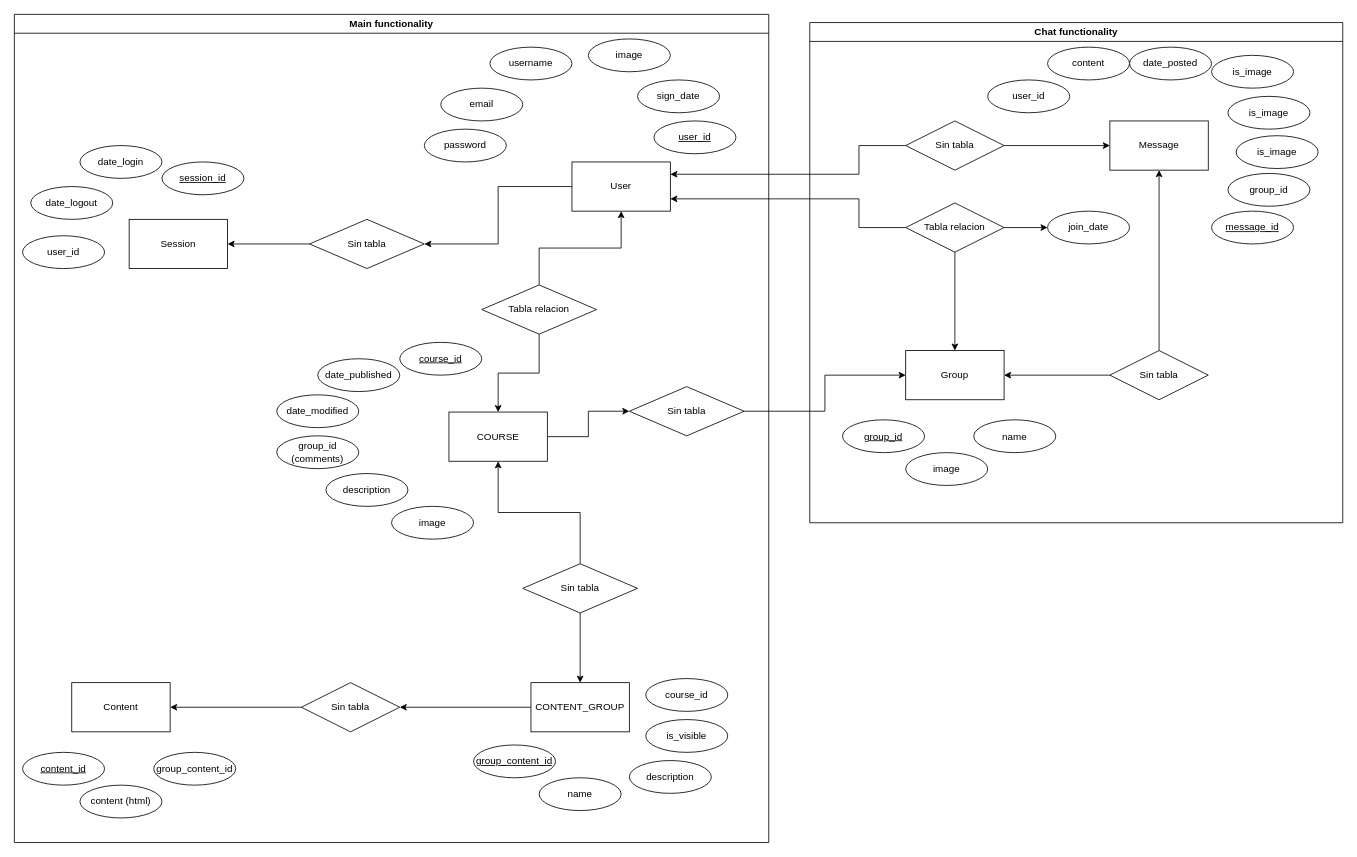
Above: docs/mood-reboot-diagram.drawio in host4ideas/mood-reboot (draw.io), before the change. Source tidied: cells renumbered, new cells numbered last; positions are measured from the earlier drawing's top-left corner, leaving out a move shared by most shapes. Both pictures are drawn from the tidied source at 82%, with x=0, y=0 at pixel (14, 14).
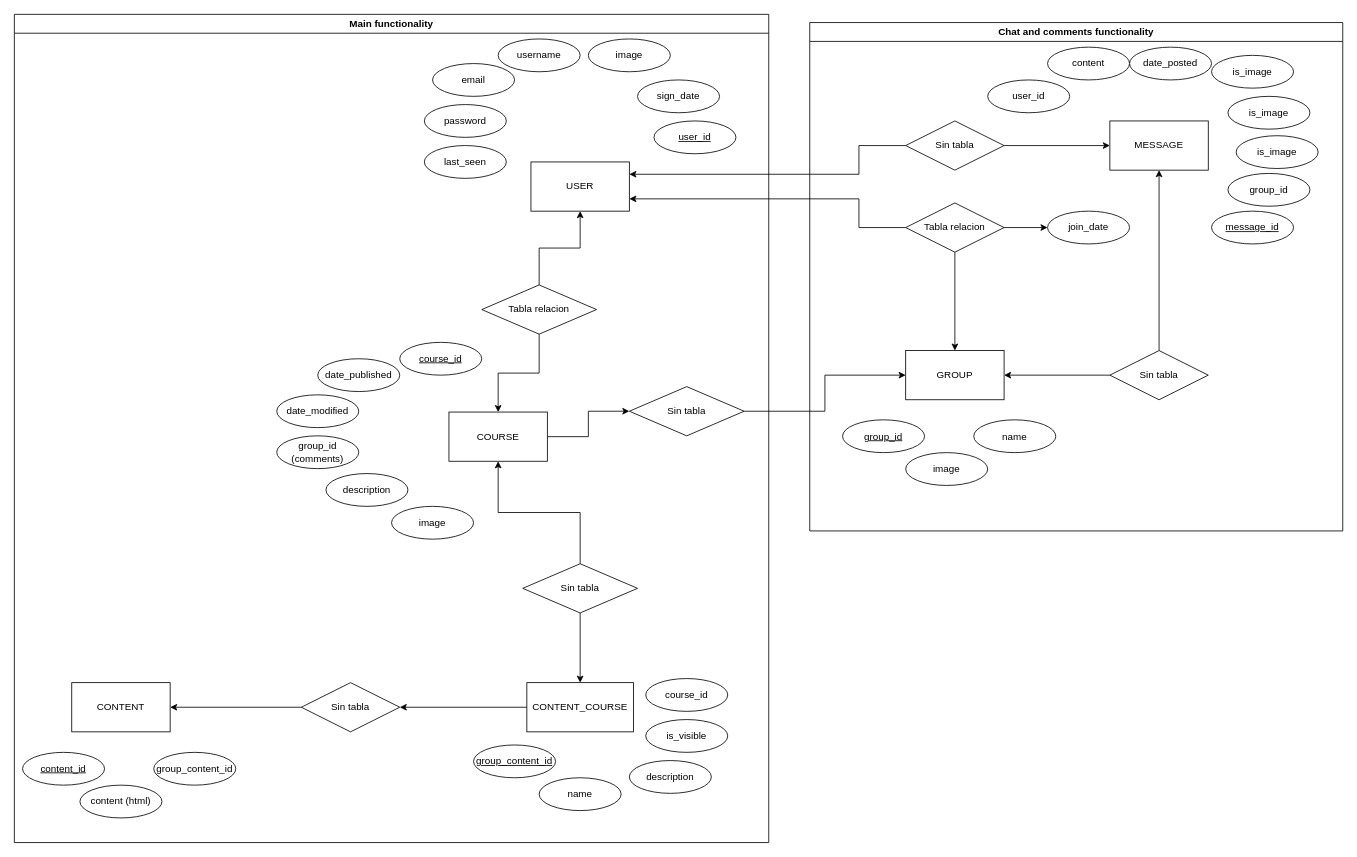
The same diagram, later.

Commit message (it also covers changes not shown here):
removed session table from database

Unchanged cells that the change refers to:
```xml
<mxCell id="25" value="Main functionality" style="swimlane;whiteSpace=wrap;html=1;" parent="1" vertex="1">
  <mxGeometry width="920" height="1010" as="geometry" />
</mxCell>
```

The edit, as a diff of the source:
```diff
@@
-    <mxCell id="2" value="Chat functionality" style="swimlane;whiteSpace=wrap;html=1;" parent="1" vertex="1">
-      <mxGeometry x="970" y="10" width="650" height="610" as="geometry" />
+    <mxCell id="2" value="Chat and comments functionality" style="swimlane;whiteSpace=wrap;html=1;" parent="1" vertex="1">
+      <mxGeometry x="970" y="10" width="650" height="620" as="geometry" />
     </mxCell>
-    <mxCell id="3" value="Group" style="rounded=0;whiteSpace=wrap;html=1;" parent="2" vertex="1">
+    <mxCell id="3" value="GROUP" style="rounded=0;whiteSpace=wrap;html=1;" parent="2" vertex="1">
       <mxGeometry x="117" y="400" width="120" height="60" as="geometry" />
     </mxCell>
-    <mxCell id="4" value="Message" style="rounded=0;whiteSpace=wrap;html=1;" parent="2" vertex="1">
+    <mxCell id="4" value="MESSAGE" style="rounded=0;whiteSpace=wrap;html=1;" parent="2" vertex="1">
       <mxGeometry x="366" y="120" width="120" height="60" as="geometry" />
     </mxCell>
@@
-    <mxCell id="26" style="edgeStyle=orthogonalEdgeStyle;rounded=0;jettySize=auto;html=1;exitX=0;exitY=0.5;exitDx=0;exitDy=0;entryX=1;entryY=0.5;entryDx=0;entryDy=0;" parent="25" edge="1" source="27" target="41">
-      <mxGeometry relative="1" as="geometry" />
-    </mxCell>
-    <mxCell id="27" value="User" style="rounded=0;whiteSpace=wrap;html=1;" parent="25" vertex="1">
-      <mxGeometry x="680" y="180" width="120" height="60" as="geometry" />
+    <mxCell id="27" value="USER" style="rounded=0;whiteSpace=wrap;html=1;" parent="25" vertex="1">
+      <mxGeometry x="630" y="180" width="120" height="60" as="geometry" />
     </mxCell>
@@
-    <mxCell id="29" value="CONTENT_GROUP" style="rounded=0;whiteSpace=wrap;html=1;" parent="25" vertex="1">
-      <mxGeometry x="630" y="815" width="120" height="60" as="geometry" />
+    <mxCell id="29" value="CONTENT_COURSE" style="rounded=0;whiteSpace=wrap;html=1;" parent="25" vertex="1">
+      <mxGeometry x="625" y="815" width="130" height="60" as="geometry" />
     </mxCell>
-    <mxCell id="30" value="Session" style="rounded=0;whiteSpace=wrap;html=1;" parent="25" vertex="1">
-      <mxGeometry x="140" y="250" width="120" height="60" as="geometry" />
-    </mxCell>
     <mxCell id="31" value="password" style="ellipse;whiteSpace=wrap;html=1;align=center;" parent="25" vertex="1">
-      <mxGeometry x="500" y="140" width="100" height="40" as="geometry" />
+      <mxGeometry x="500" y="110" width="100" height="40" as="geometry" />
     </mxCell>
     <mxCell id="32" value="email" style="ellipse;whiteSpace=wrap;html=1;align=center;" parent="25" vertex="1">
-      <mxGeometry x="520" y="90" width="100" height="40" as="geometry" />
+      <mxGeometry x="510" y="60" width="100" height="40" as="geometry" />
     </mxCell>
     <mxCell id="33" value="username" style="ellipse;whiteSpace=wrap;html=1;align=center;" parent="25" vertex="1">
-      <mxGeometry x="580" y="40" width="100" height="40" as="geometry" />
+      <mxGeometry x="590" y="30" width="100" height="40" as="geometry" />
     </mxCell>
@@
-    <mxCell id="35" value="date_login" style="ellipse;whiteSpace=wrap;html=1;align=center;" parent="25" vertex="1">
-      <mxGeometry x="80" y="160" width="100" height="40" as="geometry" />
-    </mxCell>
-    <mxCell id="36" value="date_logout" style="ellipse;whiteSpace=wrap;html=1;align=center;" parent="25" vertex="1">
-      <mxGeometry x="20" y="210" width="100" height="40" as="geometry" />
-    </mxCell>
-    <mxCell id="37" value="user_id" style="ellipse;whiteSpace=wrap;html=1;align=center;" parent="25" vertex="1">
-      <mxGeometry x="10" y="270" width="100" height="40" as="geometry" />
-    </mxCell>
-    <mxCell id="38" value="Content" style="rounded=0;whiteSpace=wrap;html=1;" parent="25" vertex="1">
+    <mxCell id="38" value="CONTENT" style="rounded=0;whiteSpace=wrap;html=1;" parent="25" vertex="1">
       <mxGeometry x="70" y="815" width="120" height="60" as="geometry" />
     </mxCell>
@@
-    <mxCell id="40" style="edgeStyle=orthogonalEdgeStyle;rounded=0;jettySize=auto;html=1;exitX=0;exitY=0.5;exitDx=0;exitDy=0;entryX=1;entryY=0.5;entryDx=0;entryDy=0;" parent="25" edge="1" source="41" target="30">
-      <mxGeometry relative="1" as="geometry" />
-    </mxCell>
-    <mxCell id="41" value="Sin tabla" style="shape=rhombus;perimeter=rhombusPerimeter;whiteSpace=wrap;html=1;align=center;" parent="25" vertex="1">
-      <mxGeometry x="360" y="250" width="140" height="60" as="geometry" />
-    </mxCell>
@@
-    <mxCell id="60" value="session_id" style="ellipse;whiteSpace=wrap;html=1;align=center;fontStyle=4;" parent="25" vertex="1">
-      <mxGeometry x="180" y="180" width="100" height="40" as="geometry" />
-    </mxCell>
@@
+    <mxCell id="72" value="last_seen" style="ellipse;whiteSpace=wrap;html=1;align=center;" parent="25" vertex="1">
+      <mxGeometry x="500" y="160" width="100" height="40" as="geometry" />
+    </mxCell>
```
